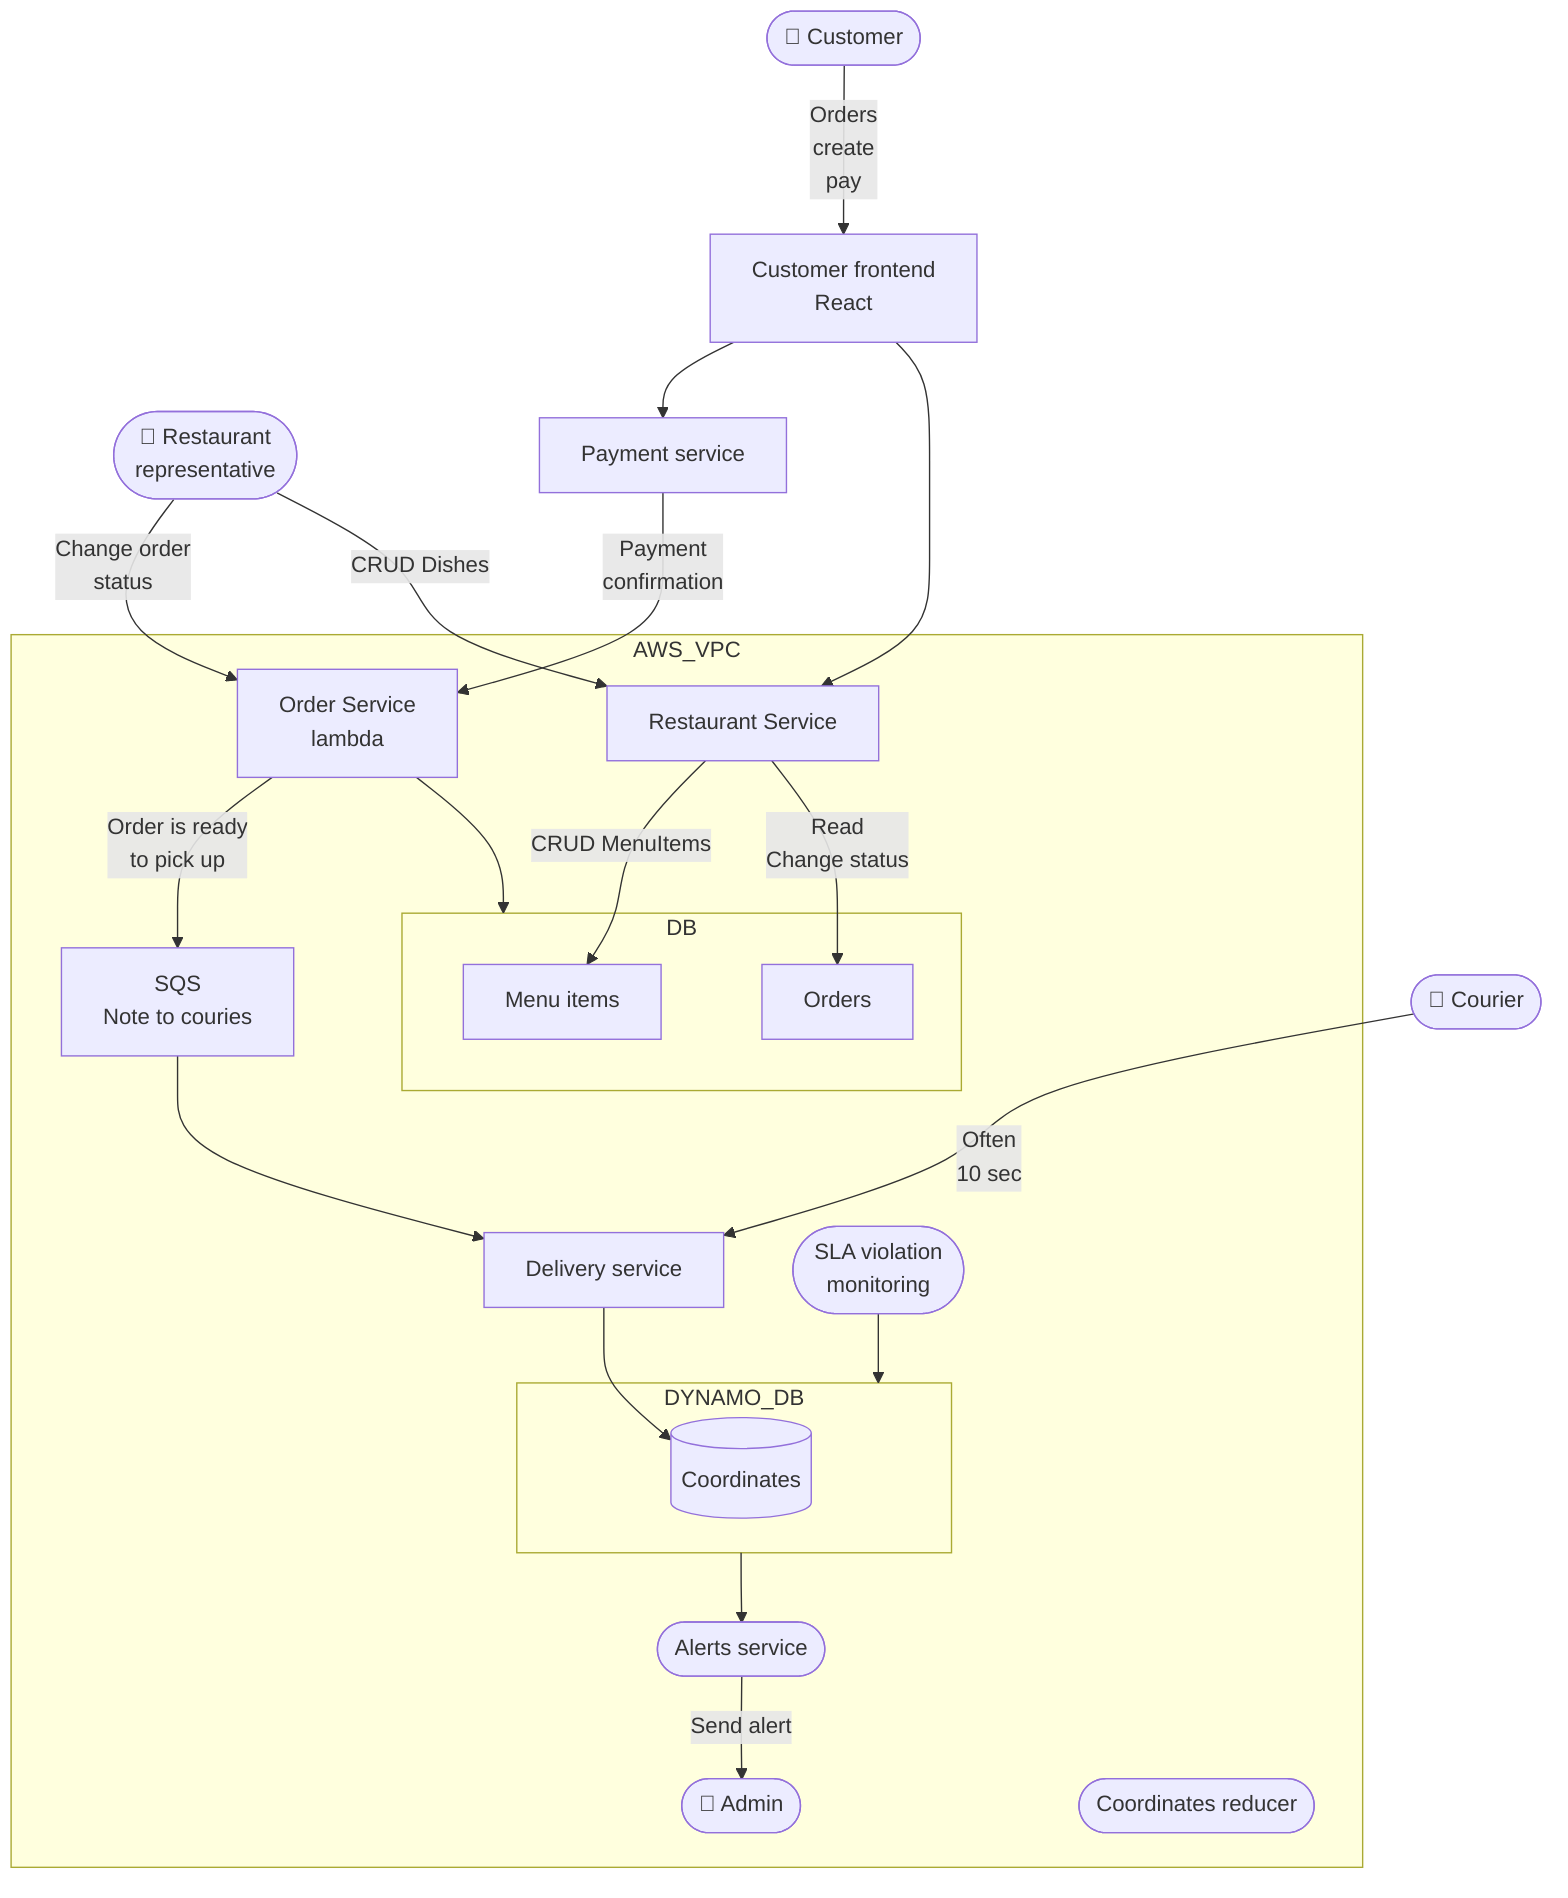
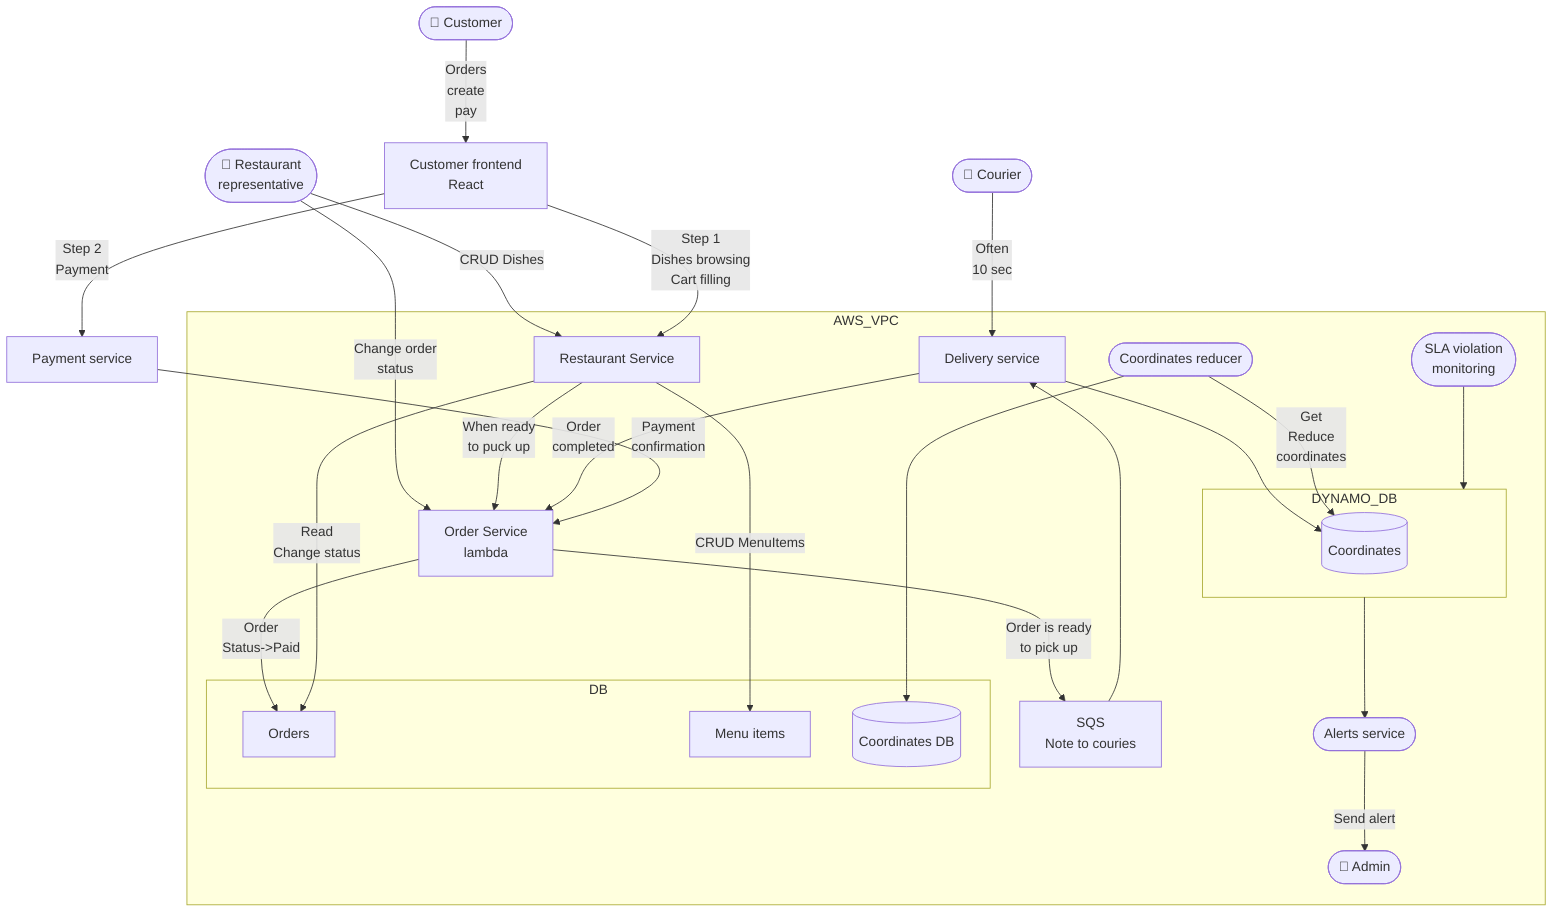
flowchart

DELIVERY[Delivery service] --> COORDINATES
RESTAURANT_USER --> |Change order\nstatus|ORDER
RESTAURANT_USER([👤 Restaurant\nrepresentative]) --> |CRUD Dishes|RESTAURANT[Restaurant Service]
COURIER([👤 Courier]) --> |Often\n10 sec|DELIVERY[Delivery service]
CUSTOMER([👤 Customer])
ADMIN([👤 Admin])
CUSTOMER_FE[Customer frontend\nReact]
CUSTOMER --> |Orders\ncreate\npay| CUSTOMER_FE
- CUSTOMER_FE --> PAYMENT
- CUSTOMER_FE --> RESTAURANT
+ CUSTOMER_FE --> |Step 1\nDishes browsing\nCart filling|RESTAURANT
+ CUSTOMER_FE --> |Step 2\nPayment|PAYMENT
subgraph AWS_VPC
-     ORDER[Order Service\nlambda] --> DB
+     ORDER[Order Service\nlambda] --> |Order\nStatus->Paid|DB_ORDERS
    RESTAURANT --> |CRUD MenuItems| DB_MENU_ITEMS
    RESTAURANT --> |Read\nChange status| DB_ORDERS
+     RESTAURANT --> |When ready\nto puck up|ORDER
    ORDER --> |Order is ready\nto pick up|SQS_TO_COURIERS[SQS\nNote to couries]
    SQS_TO_COURIERS --> DELIVERY
    subgraph DB
        DB_MENU_ITEMS[Menu items]
        DB_ORDERS[Orders]
+         COORDINATED_DB[(Coordinates DB)]
    end

    subgraph DYNAMO_DB
        COORDINATES[(Coordinates)]
    end
    COORDINATES_REDUCER([Coordinates reducer])
+     COORDINATES_REDUCER --> |Get\nReduce\ncoordinates|COORDINATES
+     COORDINATES_REDUCER --> COORDINATED_DB
+ 
    SLA_VIOLATION([SLA violation\nmonitoring])
    ALERT([Alerts service])
    SLA_VIOLATION --> DYNAMO_DB --> ALERT
    ALERT --> |Send alert|ADMIN
+     DELIVERY --> |Order\ncompleted|ORDER
end
PAYMENT[Payment service] --> |Payment\nconfirmation|ORDER
